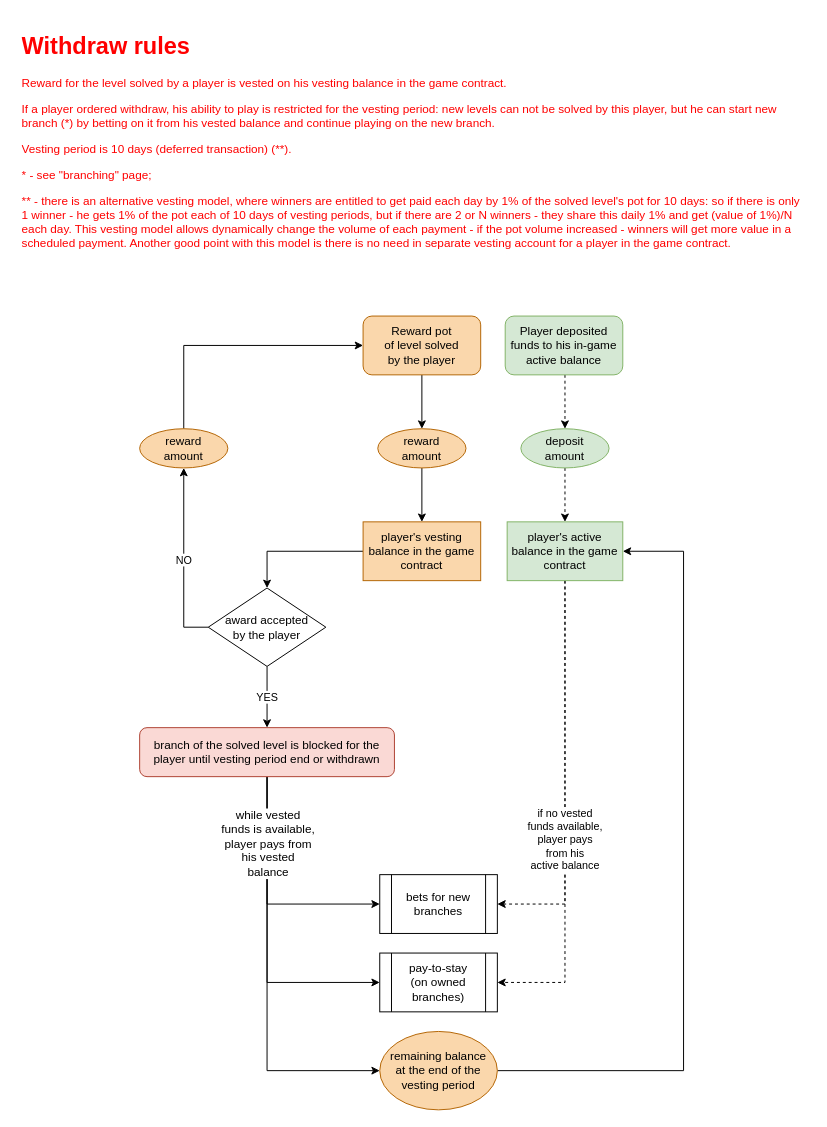
The draw.io diagram page "take" (5 of 10) of ia/WOFFLER IA.drawio in cptn-solo/woffler_contract, before the edit. Source tidied: cells renumbered, new cells numbered last; positions are measured from the earlier drawing's top-left corner, leaving out a move shared by most shapes. Both pictures are drawn from the tidied source at 98%, with x=0, y=0 at pixel (17, 26).
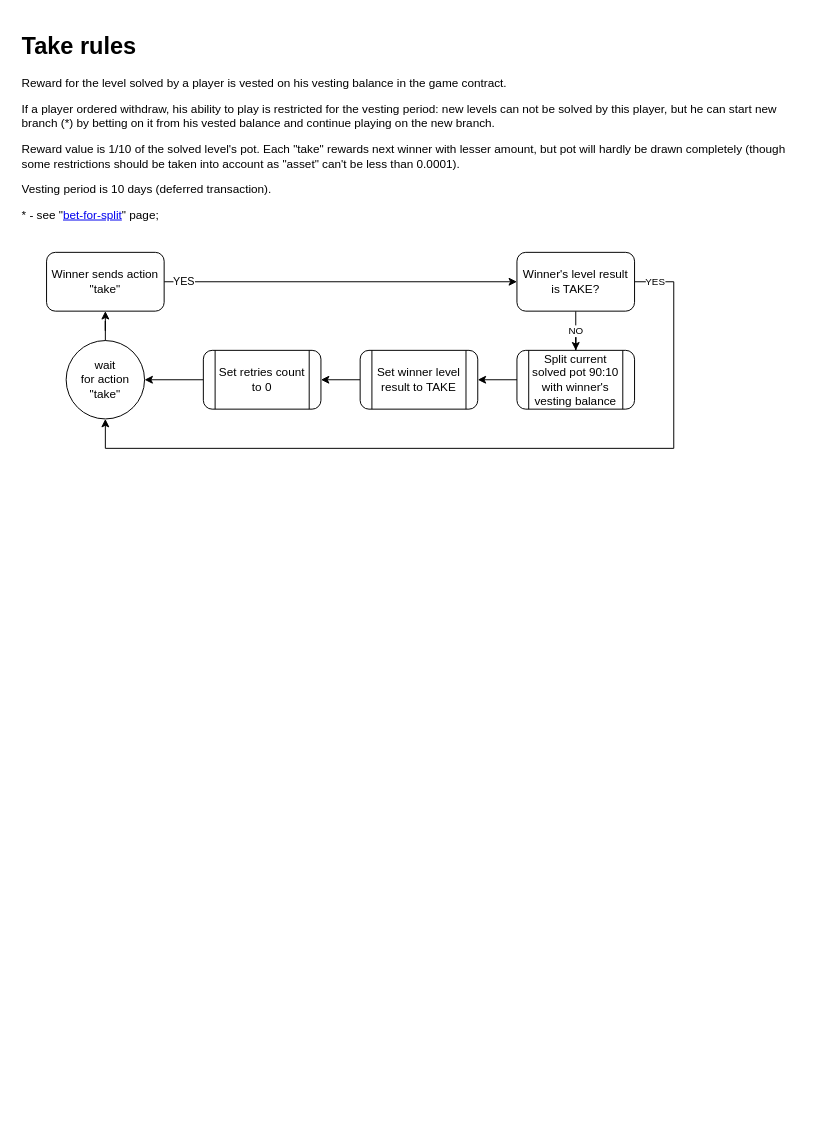
The same page after the edit.

Commit message (it also covers changes not shown here):
#2 Detailed flow diagrams for actions "next", "try/turn", "take" added, game runloop diagram extended, other fixes;

Diff of the diagram source:
```diff
@@
-    <mxCell id="2" value="&lt;h1&gt;Withdraw rules&lt;/h1&gt;&lt;p&gt;Reward for the level solved by a player is vested on his vesting balance in the game contract.&amp;nbsp;&lt;/p&gt;&lt;p&gt;&lt;span&gt;If a player ordered withdraw, his ability to play is restricted for the vesting period: new levels can not be solved by this player, but he can start new branch (*)&amp;nbsp;&lt;/span&gt;&lt;span&gt;by betting on it from his vested balance and continue playing on the new branch.&lt;/span&gt;&lt;/p&gt;&lt;p&gt;Vesting period is 10 days (deferred transaction) (**).&lt;/p&gt;&lt;p&gt;&lt;span&gt;* - see &quot;branching&quot; page;&lt;/span&gt;&lt;br&gt;&lt;/p&gt;&lt;p&gt;** - there is an alternative vesting model, where winners are entitled to get paid each day by 1% of the solved level's pot for 10 days: so if there is only 1 winner - he gets 1% of the pot each of 10 days of vesting periods, but if there are 2 or N winners - they share this daily 1% and get (value of 1%)/N each day. This vesting model allows dynamically change the volume of each payment - if the pot volume increased - winners will get more value in a scheduled payment. Another good point with this model is there is no need in separate vesting account for a player in the game contract.&lt;/p&gt;" style="text;html=1;strokeColor=none;fillColor=none;spacing=5;spacingTop=-20;whiteSpace=wrap;overflow=hidden;rounded=0;fontColor=#FF0000;" parent="1" vertex="1">
-      <mxGeometry width="810" height="250" as="geometry" />
+    <mxCell id="2" value="&lt;h1&gt;Take rules&lt;/h1&gt;&lt;p&gt;Reward for the level solved by a player is vested on his vesting balance in the game contract.&amp;nbsp;&lt;/p&gt;&lt;p&gt;&lt;span&gt;If a player ordered withdraw, his ability to play is restricted for the vesting period: new levels can not be solved by this player, but he can start new branch (*)&amp;nbsp;&lt;/span&gt;&lt;span&gt;by betting on it from his vested balance and continue playing on the new branch.&lt;/span&gt;&lt;/p&gt;&lt;p&gt;&lt;span&gt;Reward value is 1/10 of the solved level's pot. Each &quot;take&quot; rewards next winner with lesser amount, but pot will hardly be drawn completely (though some restrictions should be taken into account as &quot;asset&quot; can't be less than 0.0001).&lt;/span&gt;&lt;/p&gt;&lt;p&gt;Vesting period is 10 days (deferred transaction).&lt;/p&gt;&lt;p&gt;* - see &quot;&lt;a href=&quot;data:page/id,RZN9b7-a2ACqxdP8axuu&quot;&gt;bet-for-split&lt;/a&gt;&quot; page;&lt;/p&gt;" style="text;html=1;strokeColor=none;fillColor=none;spacing=5;spacingTop=-20;whiteSpace=wrap;overflow=hidden;rounded=0;fontColor=#000000;" parent="1" vertex="1">
+      <mxGeometry width="810" height="200" as="geometry" />
     </mxCell>
-    <mxCell id="3" style="edgeStyle=orthogonalEdgeStyle;rounded=0;jettySize=auto;html=1;entryX=0.5;entryY=0;entryDx=0;entryDy=0;exitX=0.5;exitY=1;exitDx=0;exitDy=0;" parent="1" edge="1" source="4" target="13">
-      <mxGeometry relative="1" as="geometry" />
-    </mxCell>
-    <mxCell id="4" value="Reward pot&lt;br&gt;of level solved&lt;br&gt;by the player&lt;br&gt;" style="rounded=1;whiteSpace=wrap;html=1;fillColor=#fad7ac;strokeColor=#b46504;" parent="1" vertex="1">
-      <mxGeometry x="353" y="295" width="120" height="60" as="geometry" />
-    </mxCell>
-    <mxCell id="5" style="edgeStyle=elbowEdgeStyle;rounded=0;jettySize=auto;html=1;entryX=0;entryY=0.5;entryDx=0;entryDy=0;exitX=0.5;exitY=1;exitDx=0;exitDy=0;" parent="1" edge="1" source="29" target="17">
-      <mxGeometry relative="1" as="geometry">
-        <Array as="points">
-          <mxPoint x="255" y="845" />
-          <mxPoint x="310" y="602" />
-        </Array>
-      </mxGeometry>
-    </mxCell>
-    <mxCell id="6" style="edgeStyle=elbowEdgeStyle;rounded=0;jettySize=auto;html=1;entryX=0;entryY=0.5;entryDx=0;entryDy=0;exitX=0.5;exitY=1;exitDx=0;exitDy=0;" parent="1" edge="1" source="29" target="18">
-      <mxGeometry relative="1" as="geometry">
-        <Array as="points">
-          <mxPoint x="255" y="835" />
-          <mxPoint x="300" y="705" />
-          <mxPoint x="310" y="642" />
-        </Array>
-      </mxGeometry>
-    </mxCell>
-    <mxCell id="7" style="edgeStyle=orthogonalEdgeStyle;rounded=0;jettySize=auto;html=1;entryX=1;entryY=0.5;entryDx=0;entryDy=0;exitX=0.5;exitY=0;exitDx=0;exitDy=0;" parent="1" edge="1" source="19" target="16">
-      <mxGeometry relative="1" as="geometry">
-        <Array as="points">
-          <mxPoint x="680" y="1065" />
-          <mxPoint x="680" y="535" />
-        </Array>
-      </mxGeometry>
-    </mxCell>
-    <mxCell id="8" style="edgeStyle=elbowEdgeStyle;rounded=0;jettySize=auto;html=1;entryX=0.5;entryY=1;entryDx=0;entryDy=0;exitX=0.5;exitY=1;exitDx=0;exitDy=0;" parent="1" edge="1" source="29" target="19">
-      <mxGeometry relative="1" as="geometry">
-        <Array as="points">
-          <mxPoint x="255" y="805" />
-          <mxPoint x="300" y="785" />
-          <mxPoint x="310" y="695" />
-        </Array>
-      </mxGeometry>
-    </mxCell>
-    <mxCell id="9" value="while vested&lt;br&gt;funds is available,&lt;br&gt;player pays from&lt;br&gt;his vested &lt;br&gt;balance&lt;br&gt;" style="text;html=1;align=center;verticalAlign=top;labelBackgroundColor=#ffffff;" parent="8" vertex="1">
-      <mxGeometry x="0.44" y="2" relative="1" as="geometry">
-        <mxPoint x="-2" y="-273" as="offset" />
-      </mxGeometry>
-    </mxCell>
-    <mxCell id="10" style="edgeStyle=elbowEdgeStyle;rounded=0;jettySize=auto;html=1;entryX=0.5;entryY=0;entryDx=0;entryDy=0;" parent="1" edge="1" source="11" target="26">
-      <mxGeometry relative="1" as="geometry">
-        <Array as="points">
-          <mxPoint x="255" y="595" />
-        </Array>
-      </mxGeometry>
-    </mxCell>
-    <mxCell id="11" value="player's vesting balance in the game contract" style="rounded=0;whiteSpace=wrap;html=1;fillColor=#fad7ac;strokeColor=#b46504;" parent="1" vertex="1">
-      <mxGeometry x="353" y="505" width="120" height="60" as="geometry" />
-    </mxCell>
-    <mxCell id="12" style="edgeStyle=orthogonalEdgeStyle;rounded=0;jettySize=auto;html=1;entryX=0.5;entryY=0;entryDx=0;entryDy=0;" parent="1" edge="1" source="13" target="11">
-      <mxGeometry relative="1" as="geometry" />
-    </mxCell>
-    <mxCell id="13" value="reward&lt;br&gt;amount" style="ellipse;whiteSpace=wrap;html=1;fillColor=#fad7ac;strokeColor=#b46504;" parent="1" vertex="1">
-      <mxGeometry x="368" y="410" width="90" height="40" as="geometry" />
-    </mxCell>
-    <mxCell id="14" style="edgeStyle=elbowEdgeStyle;rounded=0;jettySize=auto;html=1;entryX=1;entryY=0.5;entryDx=0;entryDy=0;exitX=0.5;exitY=1;exitDx=0;exitDy=0;dashed=1;" parent="1" edge="1" source="16" target="17">
-      <mxGeometry relative="1" as="geometry">
-        <Array as="points">
-          <mxPoint x="559" y="615" />
-        </Array>
-      </mxGeometry>
-    </mxCell>
-    <mxCell id="15" value="if no vested &lt;br&gt;funds available, &lt;br&gt;player pays &lt;br&gt;from his &lt;br&gt;active balance" style="edgeStyle=elbowEdgeStyle;rounded=0;jettySize=auto;html=1;entryX=1;entryY=0.5;entryDx=0;entryDy=0;dashed=1;verticalAlign=top;" parent="1" edge="1" source="16" target="18">
-      <mxGeometry x="-0.06" relative="1" as="geometry">
-        <Array as="points">
-          <mxPoint x="559" y="645" />
-        </Array>
-      </mxGeometry>
-    </mxCell>
-    <mxCell id="16" value="player's active balance in the game contract" style="rounded=0;whiteSpace=wrap;html=1;fillColor=#d5e8d4;strokeColor=#82b366;" parent="1" vertex="1">
-      <mxGeometry x="500" y="505" width="118" height="60" as="geometry" />
-    </mxCell>
-    <mxCell id="17" value="bets for new branches" style="shape=process;whiteSpace=wrap;html=1;backgroundOutline=1;" parent="1" vertex="1">
-      <mxGeometry x="370" y="865" width="120" height="60" as="geometry" />
-    </mxCell>
-    <mxCell id="18" value="pay-to-stay &lt;br&gt;(on owned branches)" style="shape=process;whiteSpace=wrap;html=1;backgroundOutline=1;" parent="1" vertex="1">
-      <mxGeometry x="370" y="945" width="120" height="60" as="geometry" />
-    </mxCell>
-    <mxCell id="19" value="remaining balance&lt;br&gt;at the end of the vesting period" style="ellipse;whiteSpace=wrap;html=1;direction=south;fillColor=#fad7ac;strokeColor=#b46504;" parent="1" vertex="1">
-      <mxGeometry x="370" y="1025" width="120" height="80" as="geometry" />
-    </mxCell>
-    <mxCell id="20" style="edgeStyle=elbowEdgeStyle;rounded=0;jettySize=auto;html=1;entryX=0.5;entryY=0;entryDx=0;entryDy=0;dashed=1;" parent="1" edge="1" source="21" target="23">
-      <mxGeometry relative="1" as="geometry" />
-    </mxCell>
-    <mxCell id="21" value="Player deposited funds to his in-game active balance" style="rounded=1;whiteSpace=wrap;html=1;fillColor=#d5e8d4;strokeColor=#82b366;" parent="1" vertex="1">
-      <mxGeometry x="498" y="295" width="120" height="60" as="geometry" />
-    </mxCell>
-    <mxCell id="22" style="edgeStyle=elbowEdgeStyle;rounded=0;jettySize=auto;html=1;entryX=0.5;entryY=0;entryDx=0;entryDy=0;dashed=1;" parent="1" edge="1" source="23" target="16">
-      <mxGeometry relative="1" as="geometry" />
-    </mxCell>
-    <mxCell id="23" value="deposit&lt;br&gt;amount" style="ellipse;whiteSpace=wrap;html=1;fillColor=#d5e8d4;strokeColor=#82b366;" parent="1" vertex="1">
-      <mxGeometry x="514" y="410" width="90" height="40" as="geometry" />
-    </mxCell>
+    <mxCell id="30" value="YES" style="edgeStyle=orthogonalEdgeStyle;rounded=0;jettySize=auto;html=1;endArrow=classic;endFill=1;align=center;" parent="1" edge="1" source="31" target="41">
+      <mxGeometry x="-0.89" relative="1" as="geometry" />
+    </mxCell>
+    <mxCell id="31" value="Winner sends action &quot;take&quot; &lt;br&gt;" style="rounded=1;whiteSpace=wrap;html=1;shadow=0;glass=0;strokeColor=#000000;align=center;" parent="1" vertex="1">
+      <mxGeometry x="30" y="230" width="120" height="60" as="geometry" />
+    </mxCell>
+    <mxCell id="32" style="edgeStyle=orthogonalEdgeStyle;rounded=0;jettySize=auto;html=1;endFill=1;fontSize=10;" parent="1" edge="1" source="33" target="39">
+      <mxGeometry relative="1" as="geometry">
+        <Array as="points">
+          <mxPoint x="570" y="310" />
+          <mxPoint x="570" y="310" />
+        </Array>
+      </mxGeometry>
+    </mxCell>
+    <mxCell id="33" value="Split current solved pot 90:10 with winner's vesting balance" style="shape=process;rounded=1;whiteSpace=wrap;html=1;shadow=0;glass=0;strokeColor=#000000;align=center;" parent="1" vertex="1">
+      <mxGeometry x="510" y="330" width="120" height="60" as="geometry" />
+    </mxCell>
+    <mxCell id="34" style="edgeStyle=orthogonalEdgeStyle;rounded=0;jettySize=auto;html=1;endFill=1;fontSize=10;" parent="1" edge="1" source="35" target="37">
+      <mxGeometry relative="1" as="geometry" />
+    </mxCell>
+    <mxCell id="35" value="Set retries count to 0" style="shape=process;rounded=1;whiteSpace=wrap;html=1;shadow=0;glass=0;strokeColor=#000000;align=center;" parent="1" vertex="1">
+      <mxGeometry x="190" y="330" width="120" height="60" as="geometry" />
+    </mxCell>
+    <mxCell id="36" style="edgeStyle=orthogonalEdgeStyle;rounded=0;jettySize=auto;html=1;endFill=1;fontSize=10;" parent="1" edge="1" source="37" target="31">
+      <mxGeometry relative="1" as="geometry" />
+    </mxCell>
+    <mxCell id="37" value="wait &lt;br&gt;for action &quot;take&quot;" style="ellipse;whiteSpace=wrap;html=1;rounded=1;shadow=0;glass=0;strokeColor=#000000;fillColor=none;align=center;" parent="1" vertex="1">
+      <mxGeometry x="50" y="320" width="80" height="80" as="geometry" />
+    </mxCell>
+    <mxCell id="38" style="edgeStyle=orthogonalEdgeStyle;rounded=0;jettySize=auto;html=1;endFill=1;fontSize=10;fontColor=#000000;" parent="1" edge="1" source="39" target="35">
+      <mxGeometry relative="1" as="geometry" />
+    </mxCell>
+    <mxCell id="39" value="Set winner level result to TAKE" style="shape=process;rounded=1;whiteSpace=wrap;html=1;shadow=0;glass=0;strokeColor=#000000;align=center;" parent="1" vertex="1">
+      <mxGeometry x="350" y="330" width="120" height="60" as="geometry" />
+    </mxCell>
-    <mxCell id="24" value="NO" style="edgeStyle=elbowEdgeStyle;rounded=0;jettySize=auto;html=1;entryX=0.5;entryY=1;entryDx=0;entryDy=0;" parent="1" edge="1" source="26" target="28">
-      <mxGeometry relative="1" as="geometry">
-        <Array as="points">
-          <mxPoint x="170" y="535" />
-          <mxPoint x="230" y="565" />
-        </Array>
-      </mxGeometry>
+    <mxCell id="24" value="NO" style="edgeStyle=orthogonalEdgeStyle;rounded=0;jettySize=auto;html=1;endFill=1;fontSize=10;fontColor=#000000;" parent="1" edge="1" source="41" target="33">
+      <mxGeometry relative="1" as="geometry" />
     </mxCell>
-    <mxCell id="25" value="YES" style="edgeStyle=elbowEdgeStyle;rounded=0;jettySize=auto;html=1;entryX=0.5;entryY=0;entryDx=0;entryDy=0;" parent="1" edge="1" source="26" target="29">
-      <mxGeometry relative="1" as="geometry" />
-    </mxCell>
-    <mxCell id="26" value="award accepted &lt;br&gt;by the player&lt;br&gt;" style="rhombus;whiteSpace=wrap;html=1;" parent="1" vertex="1">
-      <mxGeometry x="195" y="572.5" width="120" height="80" as="geometry" />
-    </mxCell>
-    <mxCell id="27" style="edgeStyle=elbowEdgeStyle;rounded=0;jettySize=auto;html=1;entryX=0;entryY=0.5;entryDx=0;entryDy=0;" parent="1" edge="1" source="28" target="4">
-      <mxGeometry relative="1" as="geometry">
-        <Array as="points">
-          <mxPoint x="170" y="365" />
-        </Array>
-      </mxGeometry>
-    </mxCell>
-    <mxCell id="28" value="reward&lt;br&gt;amount" style="ellipse;whiteSpace=wrap;html=1;fillColor=#fad7ac;strokeColor=#b46504;" parent="1" vertex="1">
-      <mxGeometry x="125" y="410" width="90" height="40" as="geometry" />
-    </mxCell>
-    <mxCell id="29" value="branch of the solved level is blocked for the player until vesting period end or withdrawn" style="rounded=1;whiteSpace=wrap;html=1;fillColor=#fad9d5;strokeColor=#ae4132;" parent="1" vertex="1">
-      <mxGeometry x="125" y="715" width="260" height="50" as="geometry" />
-    </mxCell>
+    <mxCell id="40" value="YES" style="edgeStyle=orthogonalEdgeStyle;rounded=0;jettySize=auto;html=1;entryX=0.5;entryY=1;entryDx=0;entryDy=0;endFill=1;fontSize=10;fontColor=#000000;" parent="1" edge="1" source="41" target="37">
+      <mxGeometry x="-0.95" relative="1" as="geometry">
+        <Array as="points">
+          <mxPoint x="670" y="260" />
+          <mxPoint x="670" y="430" />
+          <mxPoint x="90" y="430" />
+        </Array>
+      </mxGeometry>
+    </mxCell>
+    <mxCell id="41" value="Winner's level result is TAKE?&lt;br&gt;" style="rounded=1;whiteSpace=wrap;html=1;shadow=0;glass=0;strokeColor=#000000;align=center;" parent="1" vertex="1">
+      <mxGeometry x="510" y="230" width="120" height="60" as="geometry" />
+    </mxCell>
```
